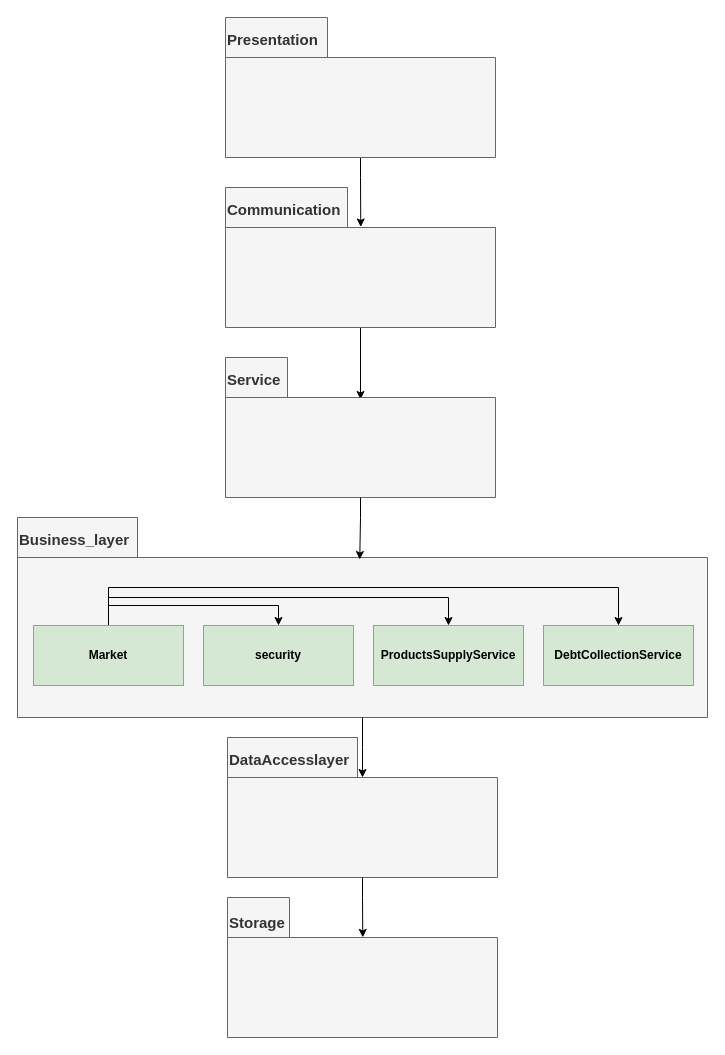
AyalaBadash/market_2022 keeps this draw.io diagram as architecture diagram.drawio. Above is the earlier version. Source tidied: cells renumbered, new cells numbered last; positions are measured from the earlier drawing's top-left corner, leaving out a move shared by most shapes. Both pictures are drawn from the tidied source at 100%, with x=0, y=0 at pixel (17, 17).
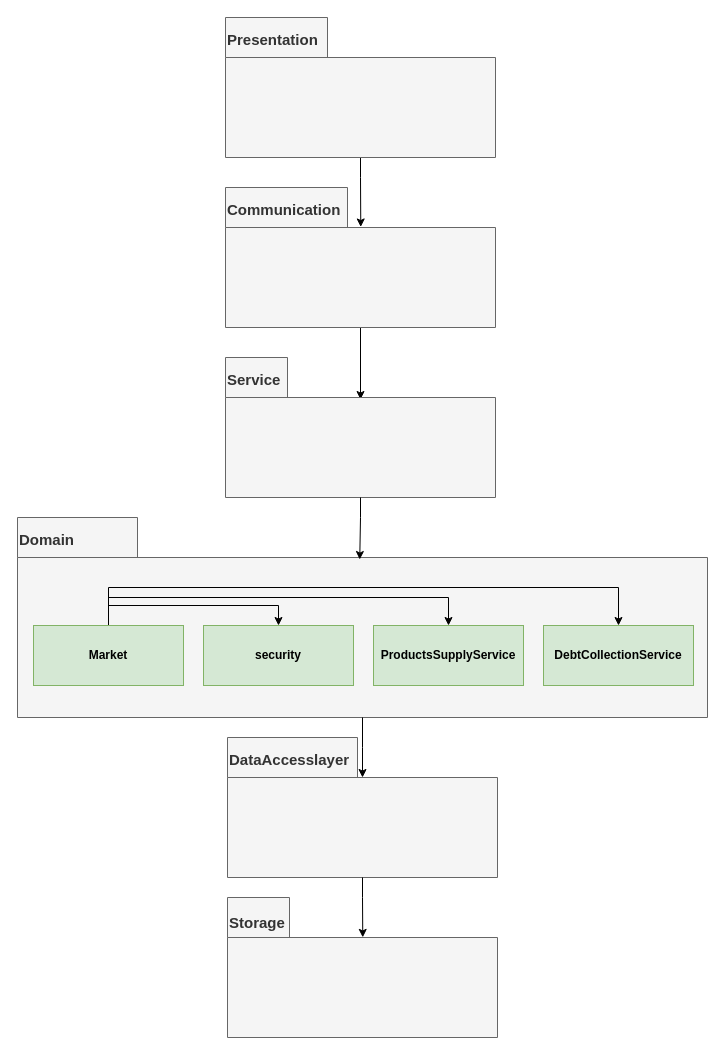
Above is the later version.

Commit message (it also covers changes not shown here):
updating use cases tables for acceptance tests paths

Diff of the diagram source:
```diff
@@
-    <mxCell id="7" value="&lt;font style=&quot;font-size: 15px ; line-height: 0.5&quot;&gt;Business_layer&lt;/font&gt;" style="shape=folder;fontStyle=1;spacingTop=10;tabWidth=120;tabHeight=40;tabPosition=left;html=1;align=left;verticalAlign=top;fillColor=#f5f5f5;fontColor=#333333;strokeColor=#666666;" parent="1" vertex="1">
+    <mxCell id="7" value="&lt;font style=&quot;font-size: 15px ; line-height: 0.5&quot;&gt;Domain&lt;/font&gt;" style="shape=folder;fontStyle=1;spacingTop=10;tabWidth=120;tabHeight=40;tabPosition=left;html=1;align=left;verticalAlign=top;fillColor=#f5f5f5;fontColor=#333333;strokeColor=#666666;" parent="1" vertex="1">
       <mxGeometry y="500" width="690" height="200" as="geometry" />
     </mxCell>
```
